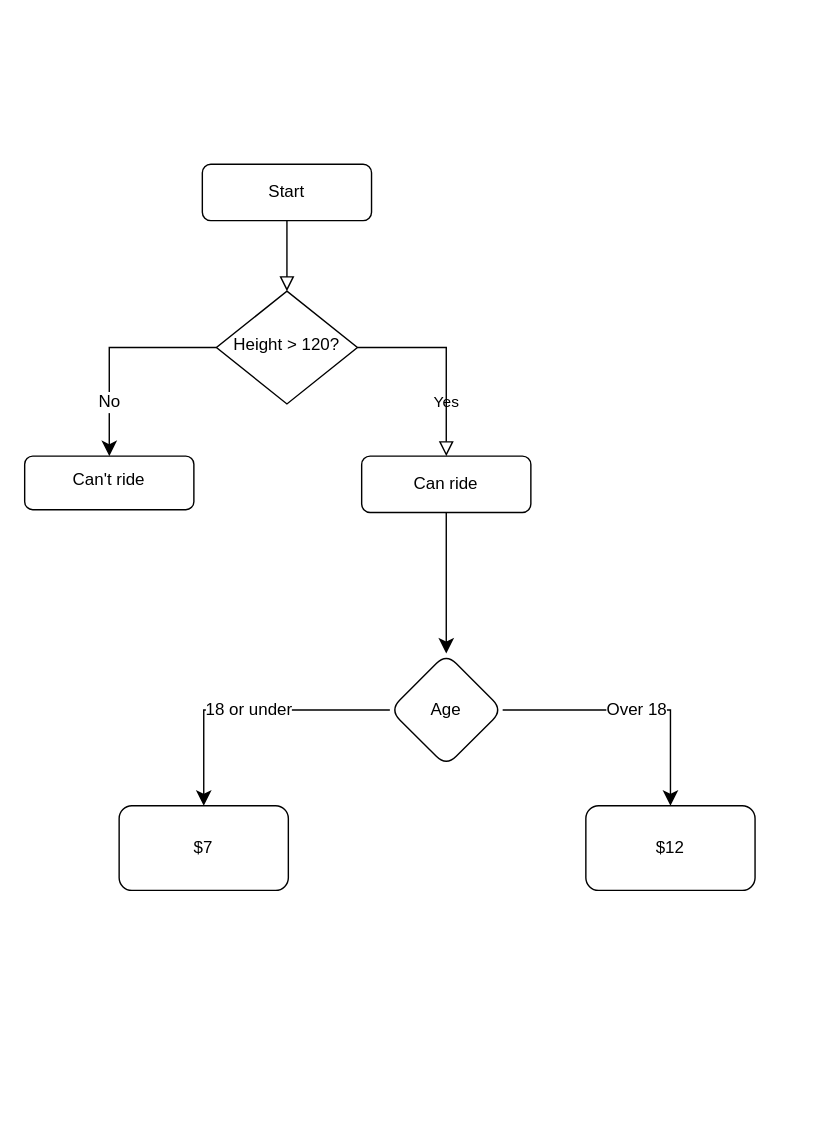
The draw.io diagram Python Crash Course/100Days/Python Flowchart.drawio in sdathompson/Crash-Course-Collection, before the edit. Source tidied: cells renumbered, new cells numbered last; positions are measured from the earlier drawing's top-left corner, leaving out a move shared by most shapes. Both pictures are drawn from the tidied source at 141%, with x=0, y=0 at pixel (24, 164).
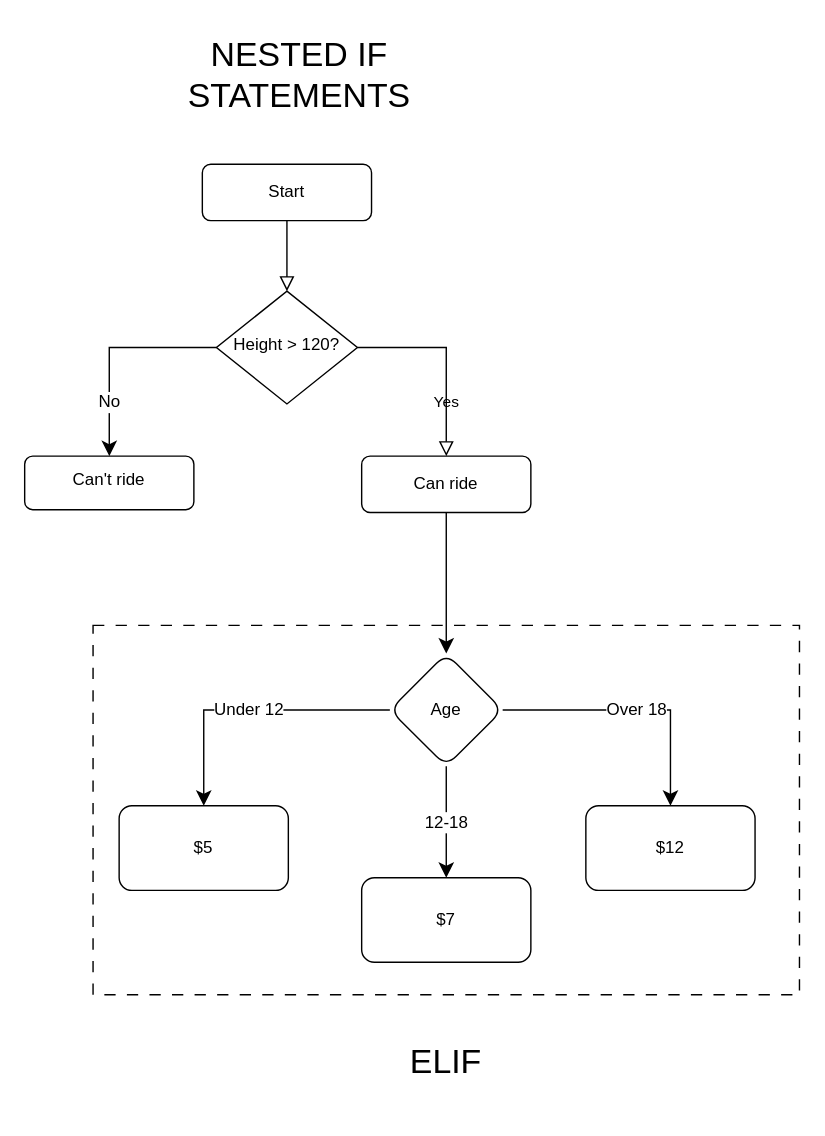
Above is the later version.

The edit, as a diff of the source:
```diff
@@
 <mxGraphModel>
   <root>
     <mxCell id="0" />
     <mxCell id="1" parent="0" />
+    <mxCell id="15" style="rounded=0;whiteSpace=wrap;html=1;fillColor=none;dashed=1;dashPattern=8 8;strokeColor=light-dark(#000000,#99CCFF);" parent="1" vertex="1">
+      <mxGeometry x="48.5" y="327" width="501" height="262" as="geometry" />
+    </mxCell>
     <mxCell id="2" style="rounded=0;html=1;jettySize=auto;fontSize=11;endArrow=block;endFill=0;endSize=8;strokeWidth=1;shadow=0;labelBackgroundColor=none;edgeStyle=orthogonalEdgeStyle;curved=1;" parent="1" edge="1" source="3" target="6">
       <mxGeometry relative="1" as="geometry" />
     </mxCell>
     <mxCell id="3" value="Start" style="rounded=1;whiteSpace=wrap;html=1;fontSize=12;glass=0;strokeWidth=1;shadow=0;" parent="1" vertex="1">
       <mxGeometry x="126" width="120" height="40" as="geometry" />
     </mxCell>
     <mxCell id="4" value="Yes" style="edgeStyle=orthogonalEdgeStyle;rounded=0;html=1;jettySize=auto;fontSize=11;endArrow=block;endFill=0;endSize=8;strokeWidth=1;shadow=0;labelBackgroundColor=none;" parent="1" edge="1" source="6" target="8">
       <mxGeometry x="0.46" relative="1" as="geometry" />
     </mxCell>
     <mxCell id="5" value="No" style="edgeStyle=orthogonalEdgeStyle;rounded=0;jettySize=auto;html=1;fontSize=12;startSize=8;endSize=8;exitX=0;exitY=0.5;exitDx=0;exitDy=0;entryX=0.5;entryY=0;entryDx=0;entryDy=0;" parent="1" edge="1" source="6" target="9">
       <mxGeometry x="0.5" relative="1" as="geometry" />
     </mxCell>
     <mxCell id="6" value="Height &amp;gt; 120?" style="rhombus;whiteSpace=wrap;html=1;shadow=0;fontFamily=Helvetica;fontSize=12;align=center;strokeWidth=1;spacing=6;spacingTop=-4;" parent="1" vertex="1">
       <mxGeometry x="136" y="90" width="100" height="80" as="geometry" />
     </mxCell>
     <mxCell id="7" style="edgeStyle=none;curved=1;rounded=0;jettySize=auto;html=1;fontSize=12;startSize=8;endSize=8;" parent="1" edge="1" source="8" target="12">
       <mxGeometry relative="1" as="geometry" />
     </mxCell>
     <mxCell id="8" value="Can ride" style="rounded=1;whiteSpace=wrap;html=1;fontSize=12;glass=0;strokeWidth=1;shadow=0;" parent="1" vertex="1">
       <mxGeometry x="239" y="207" width="120" height="40" as="geometry" />
     </mxCell>
     <mxCell id="9" value="Can't ride" style="rounded=1;whiteSpace=wrap;html=1;shadow=0;strokeWidth=1;spacing=6;spacingTop=-4;" parent="1" vertex="1">
       <mxGeometry y="207" width="120" height="38" as="geometry" />
     </mxCell>
     <mxCell id="10" value="Over 18" style="edgeStyle=orthogonalEdgeStyle;rounded=0;jettySize=auto;html=1;fontSize=12;startSize=8;endSize=8;entryX=0.5;entryY=0;entryDx=0;entryDy=0;" parent="1" edge="1" source="12" target="13">
       <mxGeometry x="0.02" relative="1" as="geometry" />
     </mxCell>
-    <mxCell id="11" value="18 or under" style="edgeStyle=orthogonalEdgeStyle;rounded=0;jettySize=auto;html=1;fontSize=12;startSize=8;endSize=8;exitX=0;exitY=0.5;exitDx=0;exitDy=0;entryX=0.5;entryY=0;entryDx=0;entryDy=0;" parent="1" edge="1" source="12" target="14">
+    <mxCell id="11" value="Under 12" style="edgeStyle=orthogonalEdgeStyle;rounded=0;jettySize=auto;html=1;fontSize=12;startSize=8;endSize=8;exitX=0;exitY=0.5;exitDx=0;exitDy=0;entryX=0.5;entryY=0;entryDx=0;entryDy=0;" parent="1" edge="1" source="12" target="14">
       <mxGeometry relative="1" as="geometry" />
     </mxCell>
+    <mxCell id="16" value="12-18" style="edgeStyle=none;curved=1;rounded=0;jettySize=auto;html=1;fontSize=12;startSize=8;endSize=8;" parent="1" edge="1" source="12" target="19">
+      <mxGeometry relative="1" as="geometry" />
+    </mxCell>
     <mxCell id="12" value="Age" style="rhombus;whiteSpace=wrap;html=1;rounded=1;glass=0;strokeWidth=1;shadow=0;" parent="1" vertex="1">
       <mxGeometry x="259" y="347" width="80" height="80" as="geometry" />
     </mxCell>
     <mxCell id="13" value="$12" style="whiteSpace=wrap;html=1;rounded=1;glass=0;strokeWidth=1;shadow=0;" parent="1" vertex="1">
       <mxGeometry x="398" y="455" width="120" height="60" as="geometry" />
     </mxCell>
-    <mxCell id="14" value="$7" style="whiteSpace=wrap;html=1;rounded=1;glass=0;strokeWidth=1;shadow=0;" parent="1" vertex="1">
+    <mxCell id="14" value="$5" style="whiteSpace=wrap;html=1;rounded=1;glass=0;strokeWidth=1;shadow=0;" parent="1" vertex="1">
       <mxGeometry x="67" y="455" width="120" height="60" as="geometry" />
     </mxCell>
+    <mxCell id="17" value="&lt;font style=&quot;font-size: 24px;&quot;&gt;NESTED IF STATEMENTS&lt;/font&gt;" style="text;html=1;align=center;verticalAlign=middle;whiteSpace=wrap;rounded=0;" parent="1" vertex="1">
+      <mxGeometry x="123" y="-99" width="144" height="72" as="geometry" />
+    </mxCell>
+    <mxCell id="18" value="&lt;span style=&quot;font-size: 24px;&quot;&gt;ELIF&lt;/span&gt;" style="text;html=1;align=center;verticalAlign=middle;whiteSpace=wrap;rounded=0;" parent="1" vertex="1">
+      <mxGeometry x="227" y="601" width="144" height="72" as="geometry" />
+    </mxCell>
+    <mxCell id="19" value="$7" style="whiteSpace=wrap;html=1;rounded=1;glass=0;strokeWidth=1;shadow=0;" parent="1" vertex="1">
+      <mxGeometry x="239" y="506" width="120" height="60" as="geometry" />
+    </mxCell>
   </root>
 </mxGraphModel>
```
